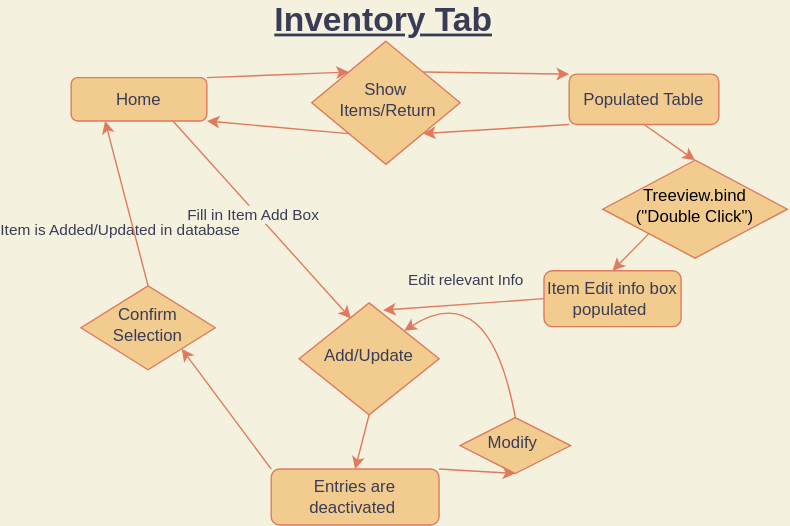
This is Data Flow Diagrams/InventoryPage.svg from KitchenPizzeria/Client-Apps, a draw.io export, as it was before one commit. Source tidied: cells renumbered, new cells last; positions are measured from the earlier drawing's top-left corner, leaving out a move shared by most shapes.
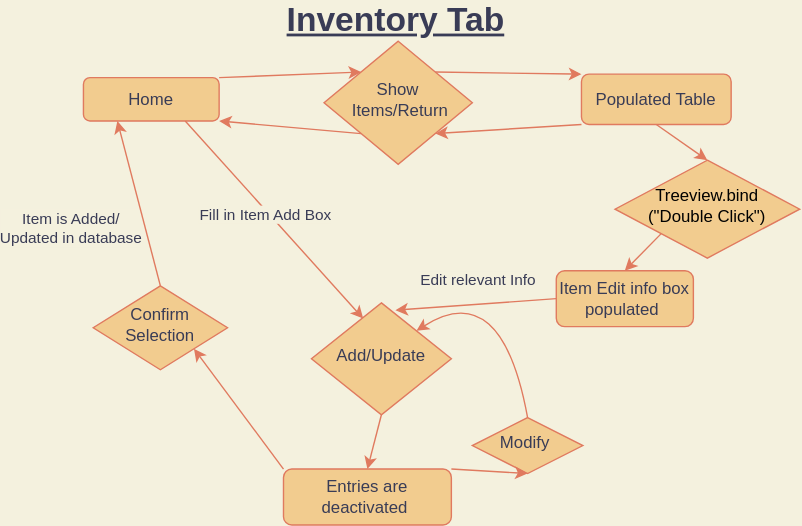
The same diagram one commit later.

Diff of the diagram source:
```diff
@@ -83,8 +83,8 @@
         </Array>
       </mxGeometry>
     </mxCell>
-    <mxCell id="26" value="Item is Added/Updated in database" style="edgeLabel;html=1;align=center;verticalAlign=middle;labelBackgroundColor=#F4F1DE;fontColor=#393C56;" parent="1" vertex="1">
-      <mxGeometry x="35" y="161" as="geometry" />
+    <mxCell id="26" value="Item is Added/&lt;br&gt;Updated in database" style="edgeLabel;html=1;align=center;verticalAlign=middle;labelBackgroundColor=#F4F1DE;fontColor=#393C56;" parent="1" vertex="1">
+      <mxGeometry x="-9" y="160" as="geometry" />
     </mxCell>
     <mxCell id="27" style="edgeStyle=none;rounded=0;jettySize=auto;html=1;exitX=0.5;exitY=0;exitDx=0;exitDy=0;entryX=0.25;entryY=1;entryDx=0;entryDy=0;labelBackgroundColor=#F4F1DE;strokeColor=#E07A5F;fontColor=#393C56;" parent="1" edge="1" source="28" target="5">
       <mxGeometry relative="1" as="geometry" />
```
